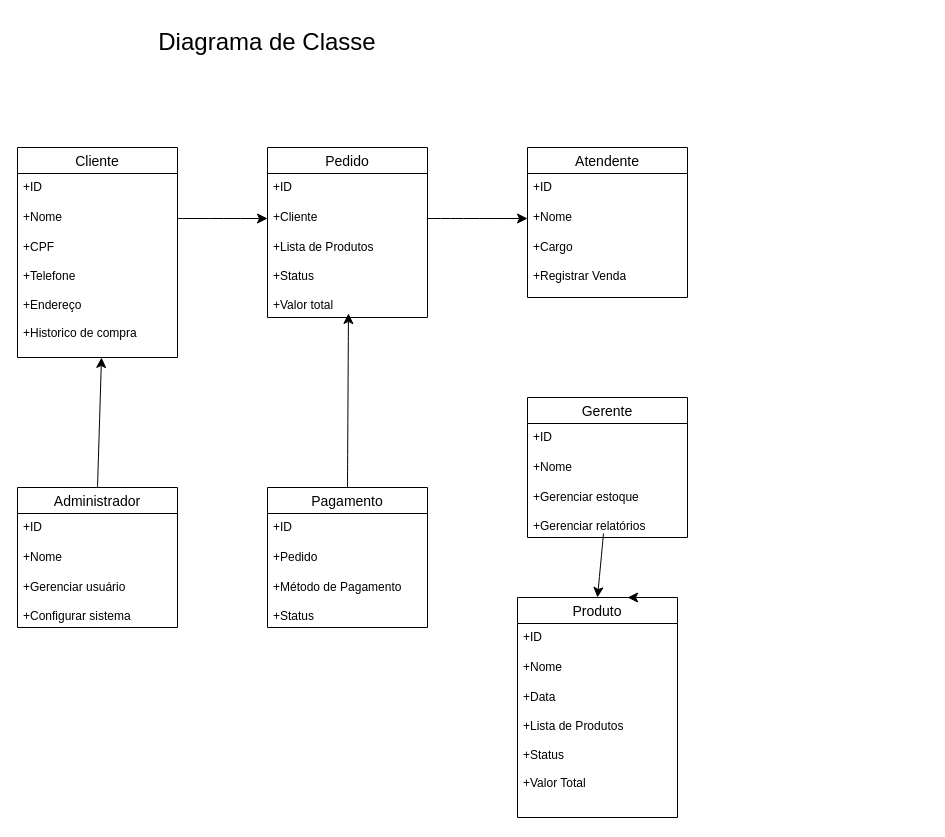
jkkauany/diagramaderequisitos keeps this draw.io diagram as page "Página-12" (12 of 17) of Diagrama sem nome.drawio. Above is the earlier version. Source tidied: cells renumbered, new cells numbered last; positions are measured from the earlier drawing's top-left corner, leaving out a move shared by most shapes. Both pictures are drawn from the tidied source at 100%, with x=0, y=0 at pixel (17, 27).
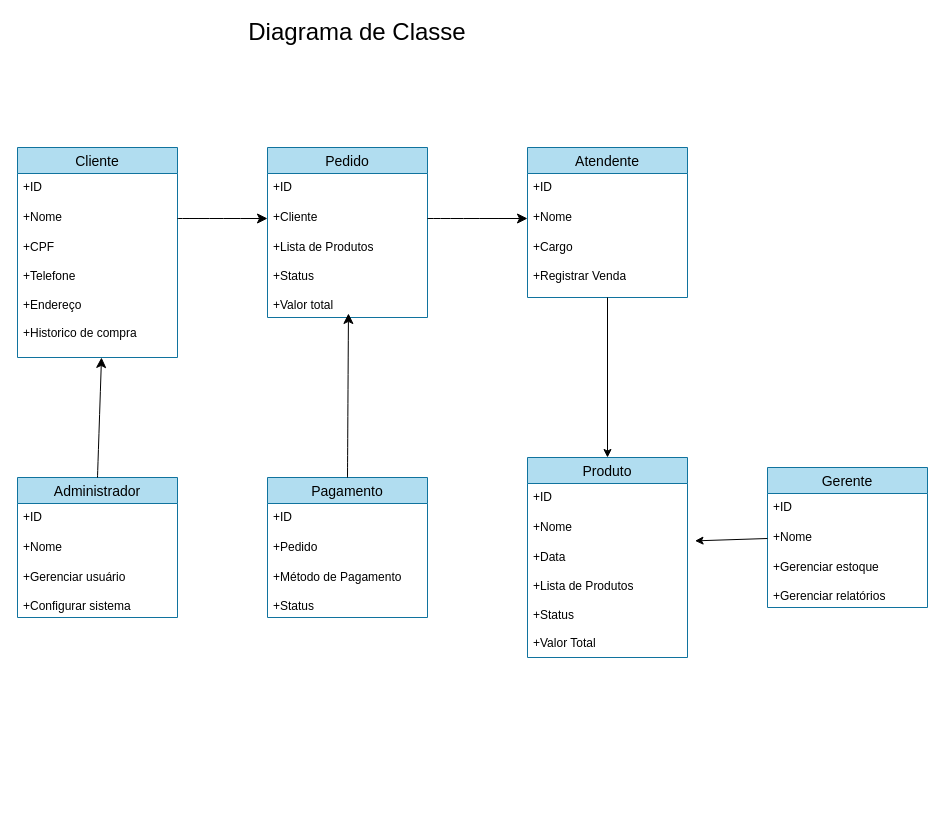
Above is the later version.

The change refers to these unchanged cells:
```xml
<mxCell id="22" value="+Cargo&lt;div&gt;&lt;br&gt;&lt;/div&gt;&lt;div&gt;+Registrar Venda&lt;/div&gt;" style="text;strokeColor=none;fillColor=none;spacingLeft=4;spacingRight=4;overflow=hidden;points=[[0,0.5],[1,0.5]];portConstraint=eastwest;fontSize=12;whiteSpace=wrap;html=1;" parent="19" vertex="1">
  <mxGeometry y="86" width="160" height="64" as="geometry" />
</mxCell>
<mxCell id="25" value="+Nome" style="text;strokeColor=none;fillColor=none;spacingLeft=4;spacingRight=4;overflow=hidden;points=[[0,0.5],[1,0.5]];portConstraint=eastwest;fontSize=12;whiteSpace=wrap;html=1;" parent="23" vertex="1">
  <mxGeometry y="56" width="160" height="30" as="geometry" />
</mxCell>
<mxCell id="26" value="+Gerenciar estoque&lt;div&gt;&lt;br&gt;&lt;/div&gt;&lt;div&gt;+Gerenciar relatórios&lt;/div&gt;" style="text;strokeColor=none;fillColor=none;spacingLeft=4;spacingRight=4;overflow=hidden;points=[[0,0.5],[1,0.5]];portConstraint=eastwest;fontSize=12;whiteSpace=wrap;html=1;" parent="23" vertex="1">
  <mxGeometry y="86" width="160" height="54" as="geometry" />
</mxCell>
```

Change to the diagram source:
```diff
@@
     <mxCell id="2" value="&lt;font style=&quot;font-size: 24px;&quot;&gt;Diagrama de Classe&lt;/font&gt;" style="text;html=1;align=center;verticalAlign=middle;whiteSpace=wrap;rounded=0;" parent="1" vertex="1">
-      <mxGeometry x="100" width="300" height="30" as="geometry" />
+      <mxGeometry x="190" y="-10" width="300" height="30" as="geometry" />
     </mxCell>
-    <mxCell id="3" value="Cliente" style="swimlane;fontStyle=0;horizontal=1;startSize=26;align=center;fontSize=14;" parent="1" vertex="1">
+    <mxCell id="3" value="Cliente" style="swimlane;fontStyle=0;horizontal=1;startSize=26;align=center;fontSize=14;fillColor=#b1ddf0;strokeColor=#10739e;" parent="1" vertex="1">
       <mxGeometry y="120" width="160" height="210" as="geometry" />
     </mxCell>
@@
-    <mxCell id="7" value="Produto" style="swimlane;fontStyle=0;horizontal=1;startSize=26;align=center;fontSize=14;" parent="1" vertex="1">
-      <mxGeometry x="500" y="570" width="160" height="220" as="geometry" />
+    <mxCell id="7" value="Produto" style="swimlane;fontStyle=0;horizontal=1;startSize=26;align=center;fontSize=14;fillColor=#b1ddf0;strokeColor=#10739e;" parent="1" vertex="1">
+      <mxGeometry x="510" y="430" width="160" height="200" as="geometry" />
     </mxCell>
@@
-    <mxCell id="10" value="&lt;div&gt;+Data&lt;/div&gt;&lt;div&gt;&lt;br&gt;&lt;/div&gt;&lt;div&gt;+Lista de Produtos&lt;/div&gt;&lt;div&gt;&lt;br&gt;&lt;/div&gt;&lt;div&gt;+Status&lt;/div&gt;&lt;div&gt;&lt;br&gt;&lt;/div&gt;&lt;div&gt;+Valor Total&lt;/div&gt;&lt;div&gt;&lt;br&gt;&lt;/div&gt;&lt;div&gt;&lt;br&gt;&lt;/div&gt;" style="text;strokeColor=none;fillColor=none;spacingLeft=4;spacingRight=4;overflow=hidden;points=[[0,0.5],[1,0.5]];portConstraint=eastwest;fontSize=12;whiteSpace=wrap;html=1;" parent="7" vertex="1">
-      <mxGeometry y="86" width="160" height="134" as="geometry" />
+    <mxCell id="10" value="&lt;div&gt;+Data&lt;/div&gt;&lt;div&gt;&lt;br&gt;&lt;/div&gt;&lt;div&gt;+Lista de Produtos&lt;/div&gt;&lt;div&gt;&lt;br&gt;&lt;/div&gt;&lt;div&gt;+Status&lt;/div&gt;&lt;div&gt;&lt;br&gt;&lt;/div&gt;&lt;div&gt;+Valor Total&lt;/div&gt;" style="text;strokeColor=none;fillColor=none;spacingLeft=4;spacingRight=4;overflow=hidden;points=[[0,0.5],[1,0.5]];portConstraint=eastwest;fontSize=12;whiteSpace=wrap;html=1;" parent="7" vertex="1">
+      <mxGeometry y="86" width="160" height="114" as="geometry" />
     </mxCell>
-    <mxCell id="11" value="Pedido" style="swimlane;fontStyle=0;horizontal=1;startSize=26;align=center;fontSize=14;" parent="1" vertex="1">
+    <mxCell id="11" value="Pedido" style="swimlane;fontStyle=0;horizontal=1;startSize=26;align=center;fontSize=14;fillColor=#b1ddf0;strokeColor=#10739e;" parent="1" vertex="1">
       <mxGeometry x="250" y="120" width="160" height="170" as="geometry" />
     </mxCell>
@@
-    <mxCell id="15" value="Pagamento" style="swimlane;fontStyle=0;horizontal=1;startSize=26;align=center;fontSize=14;" parent="1" vertex="1">
-      <mxGeometry x="250" y="460" width="160" height="140" as="geometry" />
+    <mxCell id="15" value="Pagamento" style="swimlane;fontStyle=0;horizontal=1;startSize=26;align=center;fontSize=14;fillColor=#b1ddf0;strokeColor=#10739e;" parent="1" vertex="1">
+      <mxGeometry x="250" y="450" width="160" height="140" as="geometry" />
     </mxCell>
@@
-    <mxCell id="19" value="Atendente" style="swimlane;fontStyle=0;horizontal=1;startSize=26;align=center;fontSize=14;" parent="1" vertex="1">
+    <mxCell id="19" value="Atendente" style="swimlane;fontStyle=0;horizontal=1;startSize=26;align=center;fontSize=14;fillColor=#b1ddf0;strokeColor=#10739e;" parent="1" vertex="1">
       <mxGeometry x="510" y="120" width="160" height="150" as="geometry" />
     </mxCell>
@@
-    <mxCell id="23" value="Gerente" style="swimlane;fontStyle=0;horizontal=1;startSize=26;align=center;fontSize=14;" parent="1" vertex="1">
-      <mxGeometry x="510" y="370" width="160" height="140" as="geometry" />
+    <mxCell id="23" value="Gerente" style="swimlane;fontStyle=0;horizontal=1;startSize=26;align=center;fontSize=14;fillColor=#b1ddf0;strokeColor=#10739e;" parent="1" vertex="1">
+      <mxGeometry x="750" y="440" width="160" height="140" as="geometry" />
     </mxCell>
@@
-    <mxCell id="27" value="Administrador" style="swimlane;fontStyle=0;horizontal=1;startSize=26;align=center;fontSize=14;" parent="1" vertex="1">
-      <mxGeometry y="460" width="160" height="140" as="geometry" />
+    <mxCell id="27" value="Administrador" style="swimlane;fontStyle=0;horizontal=1;startSize=26;align=center;fontSize=14;fillColor=#b1ddf0;strokeColor=#10739e;" parent="1" vertex="1">
+      <mxGeometry y="450" width="160" height="140" as="geometry" />
     </mxCell>
@@
-    <mxCell id="31" style="edgeStyle=none;curved=1;rounded=0;orthogonalLoop=1;jettySize=auto;html=1;exitX=0.75;exitY=0;exitDx=0;exitDy=0;entryX=0.688;entryY=0;entryDx=0;entryDy=0;entryPerimeter=0;fontSize=12;startSize=8;endSize=8;" parent="1" edge="1" source="7" target="7">
-      <mxGeometry relative="1" as="geometry" />
-    </mxCell>
@@
-    <mxCell id="36" style="endArrow=classic;html=1;rounded=0;fontSize=12;startSize=8;endSize=8;curved=1;entryX=0.5;entryY=0;entryDx=0;entryDy=0;exitX=0.475;exitY=0.926;exitDx=0;exitDy=0;exitPerimeter=0;" parent="1" edge="1" source="26" target="7">
-      <mxGeometry relative="1" as="geometry" />
-    </mxCell>
+    <mxCell id="37" style="endArrow=classic;html=1;rounded=0;entryX=0.5;entryY=0;entryDx=0;entryDy=0;" parent="1" edge="1" source="22" target="7">
+      <mxGeometry relative="1" as="geometry" />
+    </mxCell>
+    <mxCell id="38" style="endArrow=classic;html=1;rounded=0;exitX=0;exitY=0.5;exitDx=0;exitDy=0;entryX=1.047;entryY=-0.023;entryDx=0;entryDy=0;entryPerimeter=0;" parent="1" edge="1" source="25" target="10">
+      <mxGeometry relative="1" as="geometry" />
+    </mxCell>
```
